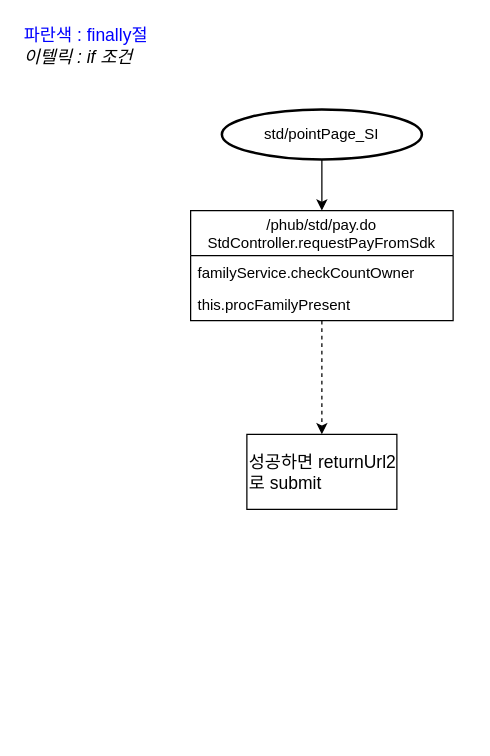
Earlier version of the draw.io diagram pointHub_PA_02.drawio (latemorning/sichuan). Source tidied: cells renumbered, new cells numbered last; positions are measured from the earlier drawing's top-left corner, leaving out a move shared by most shapes. Both pictures are drawn from the tidied source at 125%, with x=0, y=0 at pixel (21, 21).
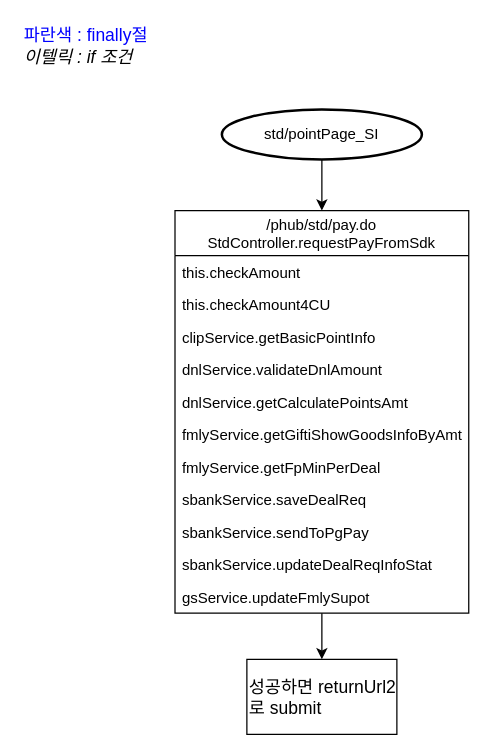
The same diagram, later.

The edit, as a diff of the source:
```diff
@@
 <mxGraphModel>
   <root>
     <mxCell id="0" />
     <mxCell id="1" parent="0" />
     <mxCell id="2" style="edgeStyle=orthogonalEdgeStyle;rounded=0;jettySize=auto;html=1;entryX=0.5;entryY=0;entryDx=0;entryDy=0;" parent="1" edge="1" source="3" target="5">
       <mxGeometry relative="1" as="geometry" />
     </mxCell>
     <mxCell id="3" value="std/pointPage_SI" style="strokeWidth=2;html=1;shape=mxgraph.flowchart.start_1;whiteSpace=wrap;fontSize=12;align=center;" parent="1" vertex="1">
       <mxGeometry x="160" y="70" width="160" height="40" as="geometry" />
     </mxCell>
-    <mxCell id="4" style="edgeStyle=orthogonalEdgeStyle;rounded=0;jettySize=auto;html=1;entryX=0.5;entryY=0;entryDx=0;entryDy=0;dashed=1;fontSize=14;fontColor=#000000;" parent="1" edge="1" source="5" target="9">
+    <mxCell id="4" style="edgeStyle=orthogonalEdgeStyle;rounded=0;jettySize=auto;html=1;entryX=0.5;entryY=0;entryDx=0;entryDy=0;fontSize=14;fontColor=#000000;" parent="1" edge="1" source="5" target="9">
       <mxGeometry relative="1" as="geometry" />
     </mxCell>
     <mxCell id="5" value="/phub/std/pay.do&#10;StdController.requestPayFromSdk" style="swimlane;fontStyle=0;horizontal=1;startSize=36;fillColor=none;" parent="1" vertex="1">
-      <mxGeometry x="135" y="151" width="210" height="88" as="geometry" />
+      <mxGeometry x="122.5" y="151" width="235" height="322" as="geometry" />
     </mxCell>
+    <mxCell id="7" value="this.checkAmount" style="text;strokeColor=none;fillColor=none;align=left;verticalAlign=top;spacingLeft=4;spacingRight=4;overflow=hidden;" parent="5" vertex="1">
+      <mxGeometry y="36" width="235" height="26" as="geometry" />
+    </mxCell>
+    <mxCell id="10" value="this.checkAmount4CU" style="text;strokeColor=none;fillColor=none;align=left;verticalAlign=top;spacingLeft=4;spacingRight=4;overflow=hidden;" parent="5" vertex="1">
+      <mxGeometry y="62" width="235" height="26" as="geometry" />
+    </mxCell>
+    <mxCell id="11" value="clipService.getBasicPointInfo" style="text;strokeColor=none;fillColor=none;align=left;verticalAlign=top;spacingLeft=4;spacingRight=4;overflow=hidden;" parent="5" vertex="1">
+      <mxGeometry y="88" width="235" height="26" as="geometry" />
+    </mxCell>
-    <mxCell id="6" value="familyService.checkCountOwner" style="text;strokeColor=none;fillColor=none;align=left;verticalAlign=top;spacingLeft=4;spacingRight=4;overflow=hidden;" parent="5" vertex="1">
-      <mxGeometry y="36" width="210" height="26" as="geometry" />
+    <mxCell id="6" value="dnlService.validateDnlAmount" style="text;strokeColor=none;fillColor=none;align=left;verticalAlign=top;spacingLeft=4;spacingRight=4;overflow=hidden;" parent="5" vertex="1">
+      <mxGeometry y="114" width="235" height="26" as="geometry" />
     </mxCell>
-    <mxCell id="7" value="this.procFamilyPresent" style="text;strokeColor=none;fillColor=none;align=left;verticalAlign=top;spacingLeft=4;spacingRight=4;overflow=hidden;" parent="5" vertex="1">
-      <mxGeometry y="62" width="210" height="26" as="geometry" />
-    </mxCell>
+    <mxCell id="12" value="dnlService.getCalculatePointsAmt" style="text;strokeColor=none;fillColor=none;align=left;verticalAlign=top;spacingLeft=4;spacingRight=4;overflow=hidden;" parent="5" vertex="1">
+      <mxGeometry y="140" width="235" height="26" as="geometry" />
+    </mxCell>
+    <mxCell id="13" value="fmlyService.getGiftiShowGoodsInfoByAmt" style="text;strokeColor=none;fillColor=none;align=left;verticalAlign=top;spacingLeft=4;spacingRight=4;overflow=hidden;" parent="5" vertex="1">
+      <mxGeometry y="166" width="235" height="26" as="geometry" />
+    </mxCell>
+    <mxCell id="14" value="fmlyService.getFpMinPerDeal" style="text;strokeColor=none;fillColor=none;align=left;verticalAlign=top;spacingLeft=4;spacingRight=4;overflow=hidden;" parent="5" vertex="1">
+      <mxGeometry y="192" width="235" height="26" as="geometry" />
+    </mxCell>
+    <mxCell id="15" value="sbankService.saveDealReq" style="text;strokeColor=none;fillColor=none;align=left;verticalAlign=top;spacingLeft=4;spacingRight=4;overflow=hidden;" parent="5" vertex="1">
+      <mxGeometry y="218" width="235" height="26" as="geometry" />
+    </mxCell>
+    <mxCell id="16" value="sbankService.sendToPgPay" style="text;strokeColor=none;fillColor=none;align=left;verticalAlign=top;spacingLeft=4;spacingRight=4;overflow=hidden;" parent="5" vertex="1">
+      <mxGeometry y="244" width="235" height="26" as="geometry" />
+    </mxCell>
+    <mxCell id="17" value="sbankService.updateDealReqInfoStat" style="text;strokeColor=none;fillColor=none;align=left;verticalAlign=top;spacingLeft=4;spacingRight=4;overflow=hidden;" parent="5" vertex="1">
+      <mxGeometry y="270" width="235" height="26" as="geometry" />
+    </mxCell>
+    <mxCell id="18" value="gsService.updateFmlySupot" style="text;strokeColor=none;fillColor=none;align=left;verticalAlign=top;spacingLeft=4;spacingRight=4;overflow=hidden;" parent="5" vertex="1">
+      <mxGeometry y="296" width="235" height="26" as="geometry" />
+    </mxCell>
     <mxCell id="8" value="&lt;font color=&quot;#0000ff&quot;&gt;파란색 : finally절&lt;/font&gt;&lt;br style=&quot;font-size: 14px&quot;&gt;&lt;i&gt;이텔릭 : if 조건&lt;/i&gt;" style="text;html=1;align=left;verticalAlign=top;spacingTop=-4;fontColor=#000000;fontSize=14;" parent="1" vertex="1">
       <mxGeometry width="120" height="40" as="geometry" />
     </mxCell>
     <mxCell id="9" value="성공하면 returnUrl2로 submit" style="rounded=0;whiteSpace=wrap;html=1;fillColor=none;gradientColor=none;fontSize=14;fontColor=#000000;align=left;" parent="1" vertex="1">
-      <mxGeometry x="180" y="330" width="120" height="60" as="geometry" />
+      <mxGeometry x="180" y="510" width="120" height="60" as="geometry" />
     </mxCell>
   </root>
 </mxGraphModel>
```
